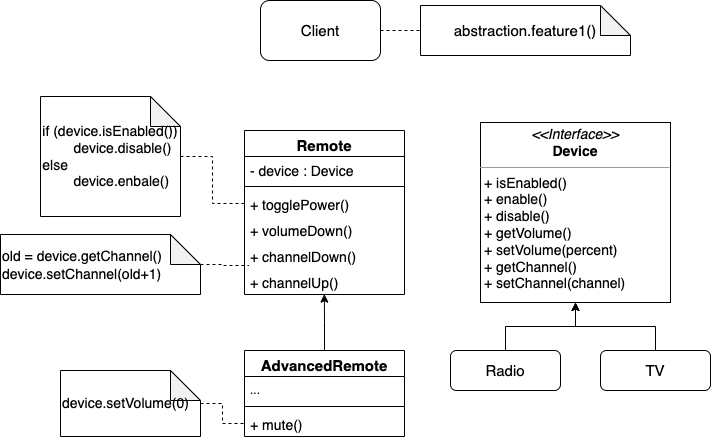
The draw.io diagram DesignPattern/image/bridge5.png in dltkd1395/CS-study, before a commit. Source tidied: cells renumbered, new cells last; positions are measured from the earlier drawing's top-left corner, leaving out a move shared by most shapes.
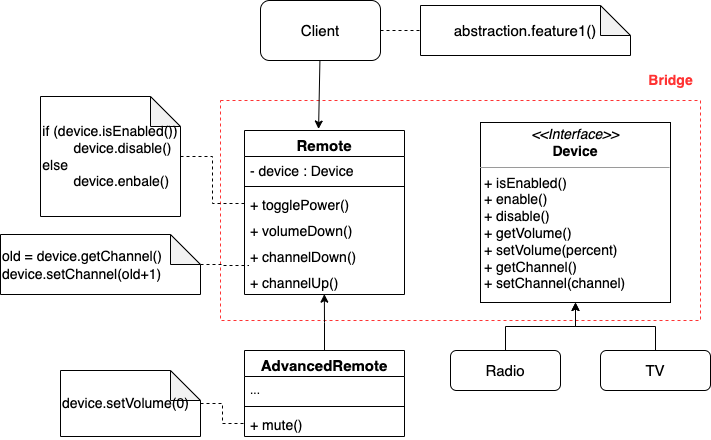
After the commit.

Commit message:
docs : bridge5 이미지 수정

What changed in the source:
```diff
@@ -2,9 +2,15 @@
   <root>
     <mxCell id="0" />
     <mxCell id="1" parent="0" />
+    <mxCell id="28" style="whiteSpace=wrap;html=1;dashed=1;strokeColor=#FF3333;" parent="1" vertex="1">
+      <mxGeometry x="220" y="100" width="480" height="220" as="geometry" />
+    </mxCell>
     <mxCell id="2" style="edgeStyle=orthogonalEdgeStyle;rounded=0;jettySize=auto;html=1;exitX=1;exitY=0.5;exitDx=0;exitDy=0;entryX=0;entryY=0.5;entryDx=0;entryDy=0;entryPerimeter=0;dashed=1;fontSize=15;endArrow=none;endFill=0;" parent="1" edge="1" source="3" target="4">
       <mxGeometry relative="1" as="geometry" />
     </mxCell>
+    <mxCell id="29" style="edgeStyle=none;rounded=0;jettySize=auto;html=1;entryX=0.463;entryY=-0.009;entryDx=0;entryDy=0;entryPerimeter=0;" parent="1" edge="1" source="3" target="5">
+      <mxGeometry relative="1" as="geometry" />
+    </mxCell>
     <mxCell id="3" value="&lt;font style=&quot;font-size: 15px;&quot;&gt;Client&lt;/font&gt;" style="rounded=1;whiteSpace=wrap;html=1;" parent="1" vertex="1">
       <mxGeometry x="260" width="120" height="60" as="geometry" />
     </mxCell>
@@ -80,5 +86,8 @@
     <mxCell id="27" value="&lt;font style=&quot;font-size: 14px;&quot;&gt;old = device.getChannel()&lt;br&gt;device.setChannel(old+1)&lt;/font&gt;" style="shape=note;whiteSpace=wrap;html=1;backgroundOutline=1;darkOpacity=0.05;fontSize=15;align=left;" parent="1" vertex="1">
       <mxGeometry y="234" width="200" height="60" as="geometry" />
     </mxCell>
+    <mxCell id="30" value="&lt;font color=&quot;#ff3333&quot; style=&quot;font-size: 14px;&quot;&gt;&lt;b&gt;Bridge&lt;/b&gt;&lt;/font&gt;" style="text;html=1;align=center;verticalAlign=middle;strokeColor=none;fillColor=none;" parent="1" vertex="1">
+      <mxGeometry x="635" y="65" width="70" height="30" as="geometry" />
+    </mxCell>
   </root>
 </mxGraphModel>
```
